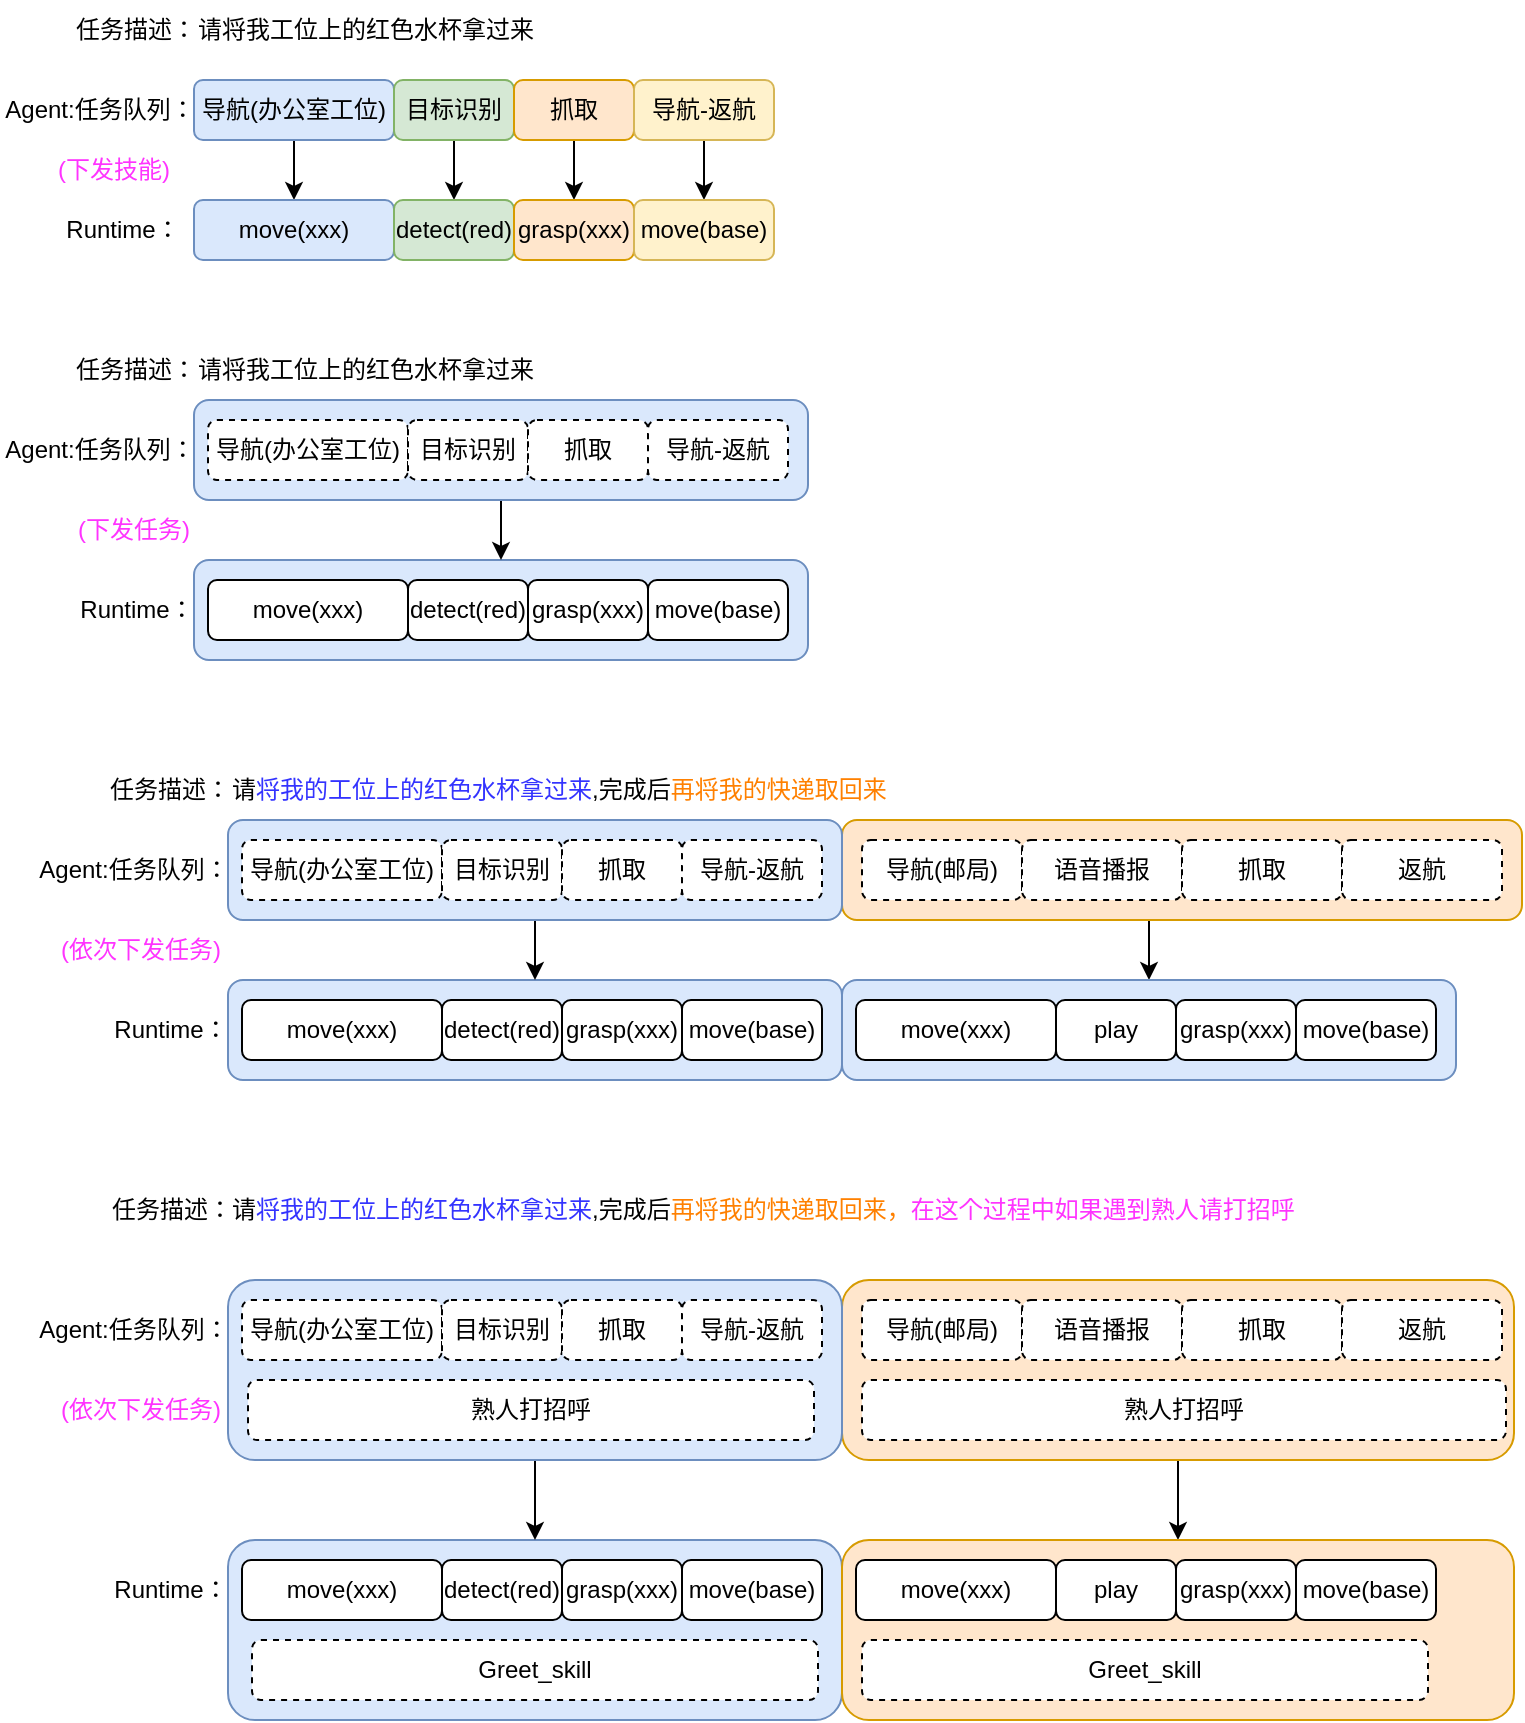
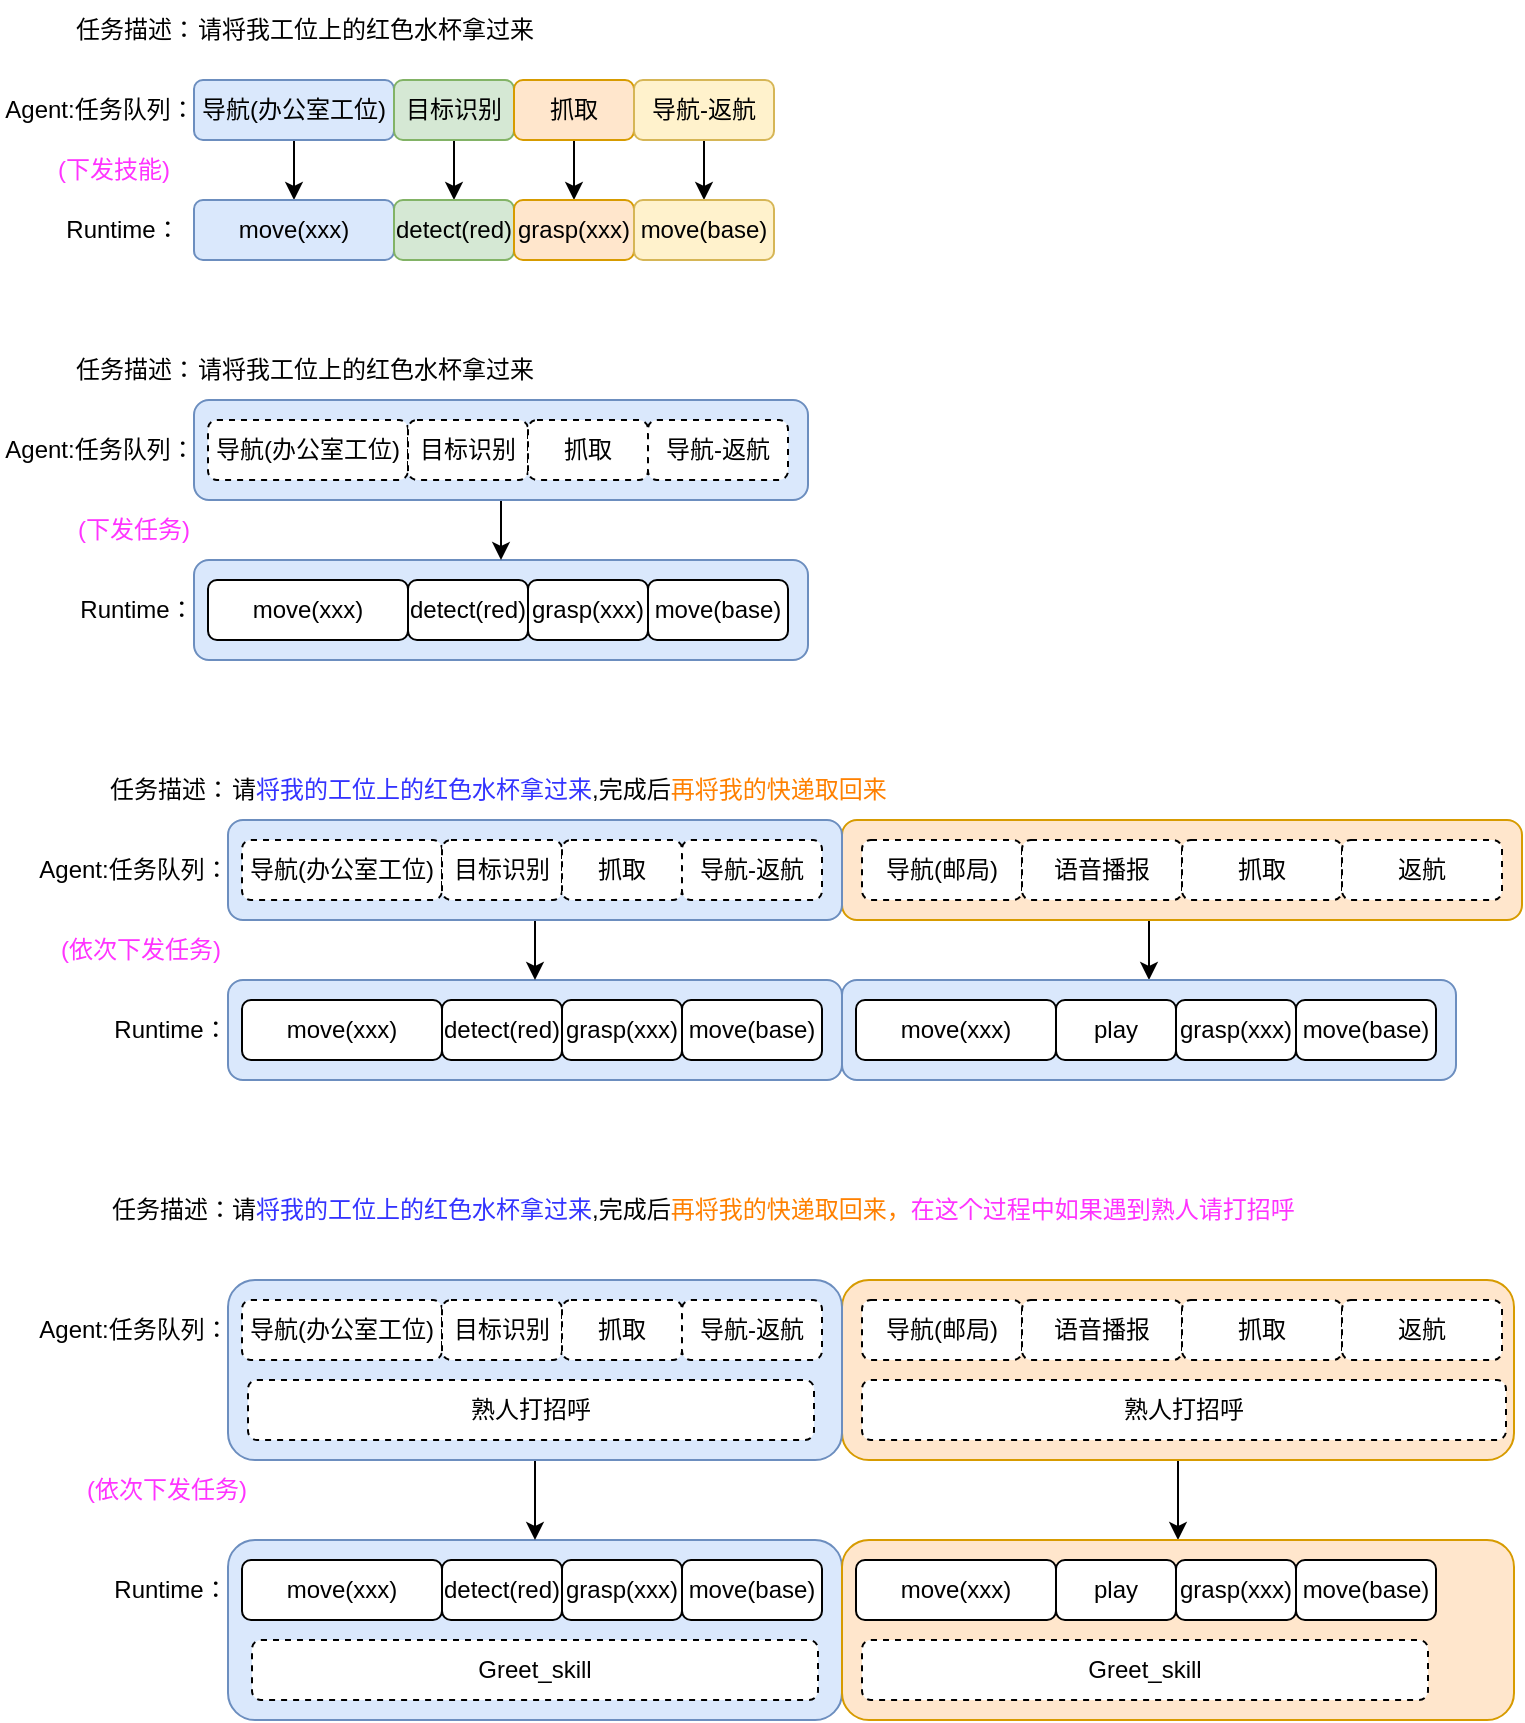
<mxfile host="app.diagrams.net">
  <diagram name="第 1 页" id="AqDmRzZVIJ-5uyctXJOA">
    <mxGraphModel dx="1120" dy="637" grid="1" gridSize="10" guides="1" tooltips="1" connect="1" arrows="1" fold="1" page="1" pageScale="1" pageWidth="2339" pageHeight="3300" math="0" shadow="0">
      <root>
        <mxCell id="0" />
        <mxCell id="1" parent="0" />
        <mxCell id="TX6EBbOIm9mCNyf-wsjQ-69" edge="1" parent="1" source="TX6EBbOIm9mCNyf-wsjQ-63" style="edgeStyle=orthogonalEdgeStyle;rounded=0;orthogonalLoop=1;jettySize=auto;html=1;exitX=0.5;exitY=1;exitDx=0;exitDy=0;entryX=0.5;entryY=0;entryDx=0;entryDy=0;" target="TX6EBbOIm9mCNyf-wsjQ-64">
          <mxGeometry relative="1" as="geometry" />
        </mxCell>
        <mxCell id="TX6EBbOIm9mCNyf-wsjQ-63" parent="1" style="rounded=1;whiteSpace=wrap;html=1;fillColor=#ffe6cc;strokeColor=#d79b00;" value="" vertex="1">
          <mxGeometry height="50" width="340" x="444" y="740" as="geometry" />
        </mxCell>
        <mxCell id="TX6EBbOIm9mCNyf-wsjQ-37" parent="1" style="rounded=1;whiteSpace=wrap;html=1;fillColor=#dae8fc;strokeColor=#6c8ebf;" value="" vertex="1">
          <mxGeometry height="50" width="307" x="120" y="610" as="geometry" />
        </mxCell>
        <mxCell id="TX6EBbOIm9mCNyf-wsjQ-38" edge="1" parent="1" source="TX6EBbOIm9mCNyf-wsjQ-36" style="edgeStyle=orthogonalEdgeStyle;rounded=0;orthogonalLoop=1;jettySize=auto;html=1;exitX=0.5;exitY=1;exitDx=0;exitDy=0;entryX=0.5;entryY=0;entryDx=0;entryDy=0;" target="TX6EBbOIm9mCNyf-wsjQ-37">
          <mxGeometry relative="1" as="geometry" />
        </mxCell>
        <mxCell id="TX6EBbOIm9mCNyf-wsjQ-36" parent="1" style="rounded=1;whiteSpace=wrap;html=1;fillColor=#dae8fc;strokeColor=#6c8ebf;" value="" vertex="1">
          <mxGeometry height="50" width="307" x="120" y="530" as="geometry" />
        </mxCell>
        <mxCell id="TX6EBbOIm9mCNyf-wsjQ-15" edge="1" parent="1" source="TX6EBbOIm9mCNyf-wsjQ-1" style="edgeStyle=orthogonalEdgeStyle;rounded=0;orthogonalLoop=1;jettySize=auto;html=1;exitX=0.5;exitY=1;exitDx=0;exitDy=0;entryX=0.5;entryY=0;entryDx=0;entryDy=0;" target="TX6EBbOIm9mCNyf-wsjQ-11">
          <mxGeometry relative="1" as="geometry" />
        </mxCell>
        <mxCell id="TX6EBbOIm9mCNyf-wsjQ-1" parent="1" style="rounded=1;whiteSpace=wrap;html=1;fillColor=#dae8fc;strokeColor=#6c8ebf;" value="导航(办公室工位)" vertex="1">
          <mxGeometry height="30" width="100" x="120" y="370" as="geometry" />
        </mxCell>
        <mxCell id="TX6EBbOIm9mCNyf-wsjQ-2" parent="1" style="text;html=1;whiteSpace=wrap;strokeColor=none;fillColor=none;align=center;verticalAlign=middle;rounded=0;" value="Agent:任务队列：" vertex="1">
          <mxGeometry height="30" width="100" x="23" y="370" as="geometry" />
        </mxCell>
        <mxCell id="TX6EBbOIm9mCNyf-wsjQ-3" parent="1" style="text;html=1;whiteSpace=wrap;strokeColor=none;fillColor=none;align=center;verticalAlign=middle;rounded=0;" value="任务描述：" vertex="1">
          <mxGeometry height="30" width="70" x="56" y="330" as="geometry" />
        </mxCell>
        <mxCell id="TX6EBbOIm9mCNyf-wsjQ-4" parent="1" style="text;html=1;whiteSpace=wrap;strokeColor=none;fillColor=none;align=left;verticalAlign=middle;rounded=0;" value="请将我工位上的红色水杯拿过来" vertex="1">
          <mxGeometry height="30" width="220" x="120" y="330" as="geometry" />
        </mxCell>
        <mxCell id="TX6EBbOIm9mCNyf-wsjQ-16" edge="1" parent="1" source="TX6EBbOIm9mCNyf-wsjQ-5" style="edgeStyle=orthogonalEdgeStyle;rounded=0;orthogonalLoop=1;jettySize=auto;html=1;exitX=0.5;exitY=1;exitDx=0;exitDy=0;entryX=0.5;entryY=0;entryDx=0;entryDy=0;" target="TX6EBbOIm9mCNyf-wsjQ-12">
          <mxGeometry relative="1" as="geometry" />
        </mxCell>
        <mxCell id="TX6EBbOIm9mCNyf-wsjQ-5" parent="1" style="rounded=1;whiteSpace=wrap;html=1;fillColor=#d5e8d4;strokeColor=#82b366;" value="目标识别" vertex="1">
          <mxGeometry height="30" width="60" x="220" y="370" as="geometry" />
        </mxCell>
        <mxCell id="TX6EBbOIm9mCNyf-wsjQ-17" edge="1" parent="1" source="TX6EBbOIm9mCNyf-wsjQ-6" style="edgeStyle=orthogonalEdgeStyle;rounded=0;orthogonalLoop=1;jettySize=auto;html=1;exitX=0.5;exitY=1;exitDx=0;exitDy=0;entryX=0.5;entryY=0;entryDx=0;entryDy=0;" target="TX6EBbOIm9mCNyf-wsjQ-13">
          <mxGeometry relative="1" as="geometry" />
        </mxCell>
        <mxCell id="TX6EBbOIm9mCNyf-wsjQ-6" parent="1" style="rounded=1;whiteSpace=wrap;html=1;fillColor=#ffe6cc;strokeColor=#d79b00;" value="抓取" vertex="1">
          <mxGeometry height="30" width="60" x="280" y="370" as="geometry" />
        </mxCell>
        <mxCell id="TX6EBbOIm9mCNyf-wsjQ-18" edge="1" parent="1" source="TX6EBbOIm9mCNyf-wsjQ-7" style="edgeStyle=orthogonalEdgeStyle;rounded=0;orthogonalLoop=1;jettySize=auto;html=1;exitX=0.5;exitY=1;exitDx=0;exitDy=0;entryX=0.5;entryY=0;entryDx=0;entryDy=0;" target="TX6EBbOIm9mCNyf-wsjQ-14">
          <mxGeometry relative="1" as="geometry" />
        </mxCell>
        <mxCell id="TX6EBbOIm9mCNyf-wsjQ-7" parent="1" style="rounded=1;whiteSpace=wrap;html=1;fillColor=#fff2cc;strokeColor=#d6b656;" value="导航-返航" vertex="1">
          <mxGeometry height="30" width="70" x="340" y="370" as="geometry" />
        </mxCell>
        <mxCell id="TX6EBbOIm9mCNyf-wsjQ-8" parent="1" style="text;html=1;whiteSpace=wrap;strokeColor=none;fillColor=none;align=center;verticalAlign=middle;rounded=0;" value="Runtime：" vertex="1">
          <mxGeometry height="30" width="57" x="56" y="430" as="geometry" />
        </mxCell>
        <mxCell id="TX6EBbOIm9mCNyf-wsjQ-11" parent="1" style="rounded=1;whiteSpace=wrap;html=1;fillColor=#dae8fc;strokeColor=#6c8ebf;" value="move(xxx)" vertex="1">
          <mxGeometry height="30" width="100" x="120" y="430" as="geometry" />
        </mxCell>
        <mxCell id="TX6EBbOIm9mCNyf-wsjQ-12" parent="1" style="rounded=1;whiteSpace=wrap;html=1;fillColor=#d5e8d4;strokeColor=#82b366;" value="detect(red)" vertex="1">
          <mxGeometry height="30" width="60" x="220" y="430" as="geometry" />
        </mxCell>
        <mxCell id="TX6EBbOIm9mCNyf-wsjQ-13" parent="1" style="rounded=1;whiteSpace=wrap;html=1;fillColor=#ffe6cc;strokeColor=#d79b00;" value="grasp(xxx)" vertex="1">
          <mxGeometry height="30" width="60" x="280" y="430" as="geometry" />
        </mxCell>
        <mxCell id="TX6EBbOIm9mCNyf-wsjQ-14" parent="1" style="rounded=1;whiteSpace=wrap;html=1;fillColor=#fff2cc;strokeColor=#d6b656;" value="move(base)" vertex="1">
          <mxGeometry height="30" width="70" x="340" y="430" as="geometry" />
        </mxCell>
        <mxCell id="TX6EBbOIm9mCNyf-wsjQ-19" parent="1" style="text;html=1;whiteSpace=wrap;strokeColor=none;fillColor=none;align=left;verticalAlign=middle;rounded=0;" value="请将我工位上的红色水杯拿过来" vertex="1">
          <mxGeometry height="30" width="220" x="120" y="500" as="geometry" />
        </mxCell>
        <mxCell id="TX6EBbOIm9mCNyf-wsjQ-20" parent="1" style="text;html=1;whiteSpace=wrap;strokeColor=none;fillColor=none;align=center;verticalAlign=middle;rounded=0;" value="任务描述：" vertex="1">
          <mxGeometry height="30" width="70" x="56" y="500" as="geometry" />
        </mxCell>
        <mxCell id="TX6EBbOIm9mCNyf-wsjQ-22" parent="1" style="rounded=1;whiteSpace=wrap;html=1;dashed=1;" value="导航(办公室工位)" vertex="1">
          <mxGeometry height="30" width="100" x="127" y="540" as="geometry" />
        </mxCell>
        <mxCell id="TX6EBbOIm9mCNyf-wsjQ-23" parent="1" style="text;html=1;whiteSpace=wrap;strokeColor=none;fillColor=none;align=center;verticalAlign=middle;rounded=0;" value="Agent:任务队列：" vertex="1">
          <mxGeometry height="30" width="100" x="23" y="540" as="geometry" />
        </mxCell>
        <mxCell id="TX6EBbOIm9mCNyf-wsjQ-25" parent="1" style="rounded=1;whiteSpace=wrap;html=1;dashed=1;" value="目标识别" vertex="1">
          <mxGeometry height="30" width="60" x="227" y="540" as="geometry" />
        </mxCell>
        <mxCell id="TX6EBbOIm9mCNyf-wsjQ-27" parent="1" style="rounded=1;whiteSpace=wrap;html=1;dashed=1;" value="抓取" vertex="1">
          <mxGeometry height="30" width="60" x="287" y="540" as="geometry" />
        </mxCell>
        <mxCell id="TX6EBbOIm9mCNyf-wsjQ-29" parent="1" style="rounded=1;whiteSpace=wrap;html=1;dashed=1;" value="导航-返航" vertex="1">
          <mxGeometry height="30" width="70" x="347" y="540" as="geometry" />
        </mxCell>
        <mxCell id="TX6EBbOIm9mCNyf-wsjQ-30" parent="1" style="text;html=1;whiteSpace=wrap;strokeColor=none;fillColor=none;align=center;verticalAlign=middle;rounded=0;" value="Runtime：" vertex="1">
          <mxGeometry height="30" width="57" x="62.5" y="620" as="geometry" />
        </mxCell>
        <mxCell id="TX6EBbOIm9mCNyf-wsjQ-31" parent="1" style="rounded=1;whiteSpace=wrap;html=1;" value="move(xxx)" vertex="1">
          <mxGeometry height="30" width="100" x="127" y="620" as="geometry" />
        </mxCell>
        <mxCell id="TX6EBbOIm9mCNyf-wsjQ-32" parent="1" style="rounded=1;whiteSpace=wrap;html=1;" value="detect(red)" vertex="1">
          <mxGeometry height="30" width="60" x="227" y="620" as="geometry" />
        </mxCell>
        <mxCell id="TX6EBbOIm9mCNyf-wsjQ-33" parent="1" style="rounded=1;whiteSpace=wrap;html=1;" value="grasp(xxx)" vertex="1">
          <mxGeometry height="30" width="60" x="287" y="620" as="geometry" />
        </mxCell>
        <mxCell id="TX6EBbOIm9mCNyf-wsjQ-34" parent="1" style="rounded=1;whiteSpace=wrap;html=1;" value="move(base)" vertex="1">
          <mxGeometry height="30" width="70" x="347" y="620" as="geometry" />
        </mxCell>
        <mxCell id="TX6EBbOIm9mCNyf-wsjQ-35" parent="1" style="text;html=1;whiteSpace=wrap;strokeColor=none;fillColor=none;align=center;verticalAlign=middle;rounded=0;fontColor=#FF33FF;" value="(下发技能)" vertex="1">
          <mxGeometry height="30" width="60" x="50" y="400" as="geometry" />
        </mxCell>
        <mxCell id="TX6EBbOIm9mCNyf-wsjQ-39" parent="1" style="text;html=1;whiteSpace=wrap;strokeColor=none;fillColor=none;align=center;verticalAlign=middle;rounded=0;fontColor=#FF33FF;" value="(下发任务)" vertex="1">
          <mxGeometry height="30" width="60" x="59.5" y="580" as="geometry" />
        </mxCell>
        <mxCell id="TX6EBbOIm9mCNyf-wsjQ-40" parent="1" style="rounded=1;whiteSpace=wrap;html=1;fillColor=#dae8fc;strokeColor=#6c8ebf;" value="" vertex="1">
          <mxGeometry height="50" width="307" x="137" y="820" as="geometry" />
        </mxCell>
        <mxCell id="TX6EBbOIm9mCNyf-wsjQ-41" edge="1" parent="1" source="TX6EBbOIm9mCNyf-wsjQ-42" style="edgeStyle=orthogonalEdgeStyle;rounded=0;orthogonalLoop=1;jettySize=auto;html=1;exitX=0.5;exitY=1;exitDx=0;exitDy=0;entryX=0.5;entryY=0;entryDx=0;entryDy=0;" target="TX6EBbOIm9mCNyf-wsjQ-40">
          <mxGeometry relative="1" as="geometry" />
        </mxCell>
        <mxCell id="TX6EBbOIm9mCNyf-wsjQ-42" parent="1" style="rounded=1;whiteSpace=wrap;html=1;fillColor=#dae8fc;strokeColor=#6c8ebf;" value="" vertex="1">
          <mxGeometry height="50" width="307" x="137" y="740" as="geometry" />
        </mxCell>
        <mxCell id="TX6EBbOIm9mCNyf-wsjQ-43" parent="1" style="text;html=1;whiteSpace=wrap;strokeColor=none;fillColor=none;align=left;verticalAlign=middle;rounded=0;" value="请&lt;font style=&quot;color: rgb(51, 51, 255);&quot;&gt;将我的工位上的红色水杯拿过来&lt;/font&gt;,完成后&lt;font style=&quot;color: rgb(255, 128, 0);&quot;&gt;再将我的快递取回来&lt;/font&gt;" vertex="1">
          <mxGeometry height="30" width="373" x="137" y="710" as="geometry" />
        </mxCell>
        <mxCell id="TX6EBbOIm9mCNyf-wsjQ-44" parent="1" style="text;html=1;whiteSpace=wrap;strokeColor=none;fillColor=none;align=center;verticalAlign=middle;rounded=0;" value="任务描述：" vertex="1">
          <mxGeometry height="30" width="70" x="73" y="710" as="geometry" />
        </mxCell>
        <mxCell id="TX6EBbOIm9mCNyf-wsjQ-45" parent="1" style="rounded=1;whiteSpace=wrap;html=1;dashed=1;" value="导航(办公室工位)" vertex="1">
          <mxGeometry height="30" width="100" x="144" y="750" as="geometry" />
        </mxCell>
        <mxCell id="TX6EBbOIm9mCNyf-wsjQ-46" parent="1" style="text;html=1;whiteSpace=wrap;strokeColor=none;fillColor=none;align=center;verticalAlign=middle;rounded=0;" value="Agent:任务队列：" vertex="1">
          <mxGeometry height="30" width="100" x="40" y="750" as="geometry" />
        </mxCell>
        <mxCell id="TX6EBbOIm9mCNyf-wsjQ-47" parent="1" style="rounded=1;whiteSpace=wrap;html=1;dashed=1;" value="目标识别" vertex="1">
          <mxGeometry height="30" width="60" x="244" y="750" as="geometry" />
        </mxCell>
        <mxCell id="TX6EBbOIm9mCNyf-wsjQ-48" parent="1" style="rounded=1;whiteSpace=wrap;html=1;dashed=1;" value="抓取" vertex="1">
          <mxGeometry height="30" width="60" x="304" y="750" as="geometry" />
        </mxCell>
        <mxCell id="TX6EBbOIm9mCNyf-wsjQ-49" parent="1" style="rounded=1;whiteSpace=wrap;html=1;dashed=1;" value="导航-返航" vertex="1">
          <mxGeometry height="30" width="70" x="364" y="750" as="geometry" />
        </mxCell>
        <mxCell id="TX6EBbOIm9mCNyf-wsjQ-50" parent="1" style="text;html=1;whiteSpace=wrap;strokeColor=none;fillColor=none;align=center;verticalAlign=middle;rounded=0;" value="Runtime：" vertex="1">
          <mxGeometry height="30" width="57" x="79.5" y="830" as="geometry" />
        </mxCell>
        <mxCell id="TX6EBbOIm9mCNyf-wsjQ-51" parent="1" style="rounded=1;whiteSpace=wrap;html=1;" value="move(xxx)" vertex="1">
          <mxGeometry height="30" width="100" x="144" y="830" as="geometry" />
        </mxCell>
        <mxCell id="TX6EBbOIm9mCNyf-wsjQ-52" parent="1" style="rounded=1;whiteSpace=wrap;html=1;" value="detect(red)" vertex="1">
          <mxGeometry height="30" width="60" x="244" y="830" as="geometry" />
        </mxCell>
        <mxCell id="TX6EBbOIm9mCNyf-wsjQ-53" parent="1" style="rounded=1;whiteSpace=wrap;html=1;" value="grasp(xxx)" vertex="1">
          <mxGeometry height="30" width="60" x="304" y="830" as="geometry" />
        </mxCell>
        <mxCell id="TX6EBbOIm9mCNyf-wsjQ-54" parent="1" style="rounded=1;whiteSpace=wrap;html=1;" value="move(base)" vertex="1">
          <mxGeometry height="30" width="70" x="364" y="830" as="geometry" />
        </mxCell>
        <mxCell id="TX6EBbOIm9mCNyf-wsjQ-55" parent="1" style="text;html=1;whiteSpace=wrap;strokeColor=none;fillColor=none;align=center;verticalAlign=middle;rounded=0;fontColor=#FF33FF;" value="(依次下发任务)" vertex="1">
          <mxGeometry height="30" width="86.5" x="50" y="790" as="geometry" />
        </mxCell>
        <mxCell id="TX6EBbOIm9mCNyf-wsjQ-56" parent="1" style="rounded=1;whiteSpace=wrap;html=1;dashed=1;" value="导航(邮局)" vertex="1">
          <mxGeometry height="30" width="80" x="454" y="750" as="geometry" />
        </mxCell>
        <mxCell id="TX6EBbOIm9mCNyf-wsjQ-60" parent="1" style="rounded=1;whiteSpace=wrap;html=1;dashed=1;" value="语音播报" vertex="1">
          <mxGeometry height="30" width="80" x="534" y="750" as="geometry" />
        </mxCell>
        <mxCell id="TX6EBbOIm9mCNyf-wsjQ-61" parent="1" style="rounded=1;whiteSpace=wrap;html=1;dashed=1;" value="抓取" vertex="1">
          <mxGeometry height="30" width="80" x="614" y="750" as="geometry" />
        </mxCell>
        <mxCell id="TX6EBbOIm9mCNyf-wsjQ-62" parent="1" style="rounded=1;whiteSpace=wrap;html=1;dashed=1;" value="返航" vertex="1">
          <mxGeometry height="30" width="80" x="694" y="750" as="geometry" />
        </mxCell>
        <mxCell id="TX6EBbOIm9mCNyf-wsjQ-64" parent="1" style="rounded=1;whiteSpace=wrap;html=1;fillColor=#dae8fc;strokeColor=#6c8ebf;" value="" vertex="1">
          <mxGeometry height="50" width="307" x="444" y="820" as="geometry" />
        </mxCell>
        <mxCell id="TX6EBbOIm9mCNyf-wsjQ-65" parent="1" style="rounded=1;whiteSpace=wrap;html=1;" value="move(xxx)" vertex="1">
          <mxGeometry height="30" width="100" x="451" y="830" as="geometry" />
        </mxCell>
        <mxCell id="TX6EBbOIm9mCNyf-wsjQ-66" parent="1" style="rounded=1;whiteSpace=wrap;html=1;" value="play" vertex="1">
          <mxGeometry height="30" width="60" x="551" y="830" as="geometry" />
        </mxCell>
        <mxCell id="TX6EBbOIm9mCNyf-wsjQ-67" parent="1" style="rounded=1;whiteSpace=wrap;html=1;" value="grasp(xxx)" vertex="1">
          <mxGeometry height="30" width="60" x="611" y="830" as="geometry" />
        </mxCell>
        <mxCell id="TX6EBbOIm9mCNyf-wsjQ-68" parent="1" style="rounded=1;whiteSpace=wrap;html=1;" value="move(base)" vertex="1">
          <mxGeometry height="30" width="70" x="671" y="830" as="geometry" />
        </mxCell>
        <mxCell id="TX6EBbOIm9mCNyf-wsjQ-70" parent="1" style="text;html=1;whiteSpace=wrap;strokeColor=none;fillColor=none;align=left;verticalAlign=middle;rounded=0;" value="请&lt;font style=&quot;color: rgb(51, 51, 255);&quot;&gt;将我的工位上的红色水杯拿过来&lt;/font&gt;,完成后&lt;font style=&quot;color: rgb(255, 128, 0);&quot;&gt;再将我的快递取回来，&lt;/font&gt;&lt;font style=&quot;color: rgb(255, 51, 255);&quot;&gt;在这个过程中如果遇到熟人请打招呼&lt;/font&gt;" vertex="1">
          <mxGeometry height="30" width="583" x="137" y="920" as="geometry" />
        </mxCell>
        <mxCell id="TX6EBbOIm9mCNyf-wsjQ-71" parent="1" style="text;html=1;whiteSpace=wrap;strokeColor=none;fillColor=none;align=center;verticalAlign=middle;rounded=0;" value="任务描述：" vertex="1">
          <mxGeometry height="30" width="70" x="74" y="920" as="geometry" />
        </mxCell>
        <mxCell id="TX6EBbOIm9mCNyf-wsjQ-104" edge="1" parent="1" source="TX6EBbOIm9mCNyf-wsjQ-73" style="edgeStyle=orthogonalEdgeStyle;rounded=0;orthogonalLoop=1;jettySize=auto;html=1;exitX=0.5;exitY=1;exitDx=0;exitDy=0;entryX=0.5;entryY=0;entryDx=0;entryDy=0;" target="TX6EBbOIm9mCNyf-wsjQ-94">
          <mxGeometry relative="1" as="geometry" />
        </mxCell>
        <mxCell id="TX6EBbOIm9mCNyf-wsjQ-73" parent="1" style="rounded=1;whiteSpace=wrap;html=1;fillColor=#ffe6cc;strokeColor=#d79b00;" value="" vertex="1">
          <mxGeometry height="90" width="336" x="444" y="970" as="geometry" />
        </mxCell>
        <mxCell id="TX6EBbOIm9mCNyf-wsjQ-74" parent="1" style="rounded=1;whiteSpace=wrap;html=1;fillColor=#dae8fc;strokeColor=#6c8ebf;" value="" vertex="1">
          <mxGeometry height="90" width="307" x="137" y="1100" as="geometry" />
        </mxCell>
        <mxCell id="TX6EBbOIm9mCNyf-wsjQ-103" edge="1" parent="1" source="TX6EBbOIm9mCNyf-wsjQ-76" style="edgeStyle=orthogonalEdgeStyle;rounded=0;orthogonalLoop=1;jettySize=auto;html=1;exitX=0.5;exitY=1;exitDx=0;exitDy=0;entryX=0.5;entryY=0;entryDx=0;entryDy=0;" target="TX6EBbOIm9mCNyf-wsjQ-74">
          <mxGeometry relative="1" as="geometry" />
        </mxCell>
        <mxCell id="TX6EBbOIm9mCNyf-wsjQ-76" parent="1" style="rounded=1;whiteSpace=wrap;html=1;fillColor=#dae8fc;strokeColor=#6c8ebf;" value="" vertex="1">
          <mxGeometry height="90" width="307" x="137" y="970" as="geometry" />
        </mxCell>
        <mxCell id="TX6EBbOIm9mCNyf-wsjQ-79" parent="1" style="rounded=1;whiteSpace=wrap;html=1;dashed=1;" value="导航(办公室工位)" vertex="1">
          <mxGeometry height="30" width="100" x="144" y="980" as="geometry" />
        </mxCell>
        <mxCell id="TX6EBbOIm9mCNyf-wsjQ-80" parent="1" style="text;html=1;whiteSpace=wrap;strokeColor=none;fillColor=none;align=center;verticalAlign=middle;rounded=0;" value="Agent:任务队列：" vertex="1">
          <mxGeometry height="30" width="100" x="40" y="980" as="geometry" />
        </mxCell>
        <mxCell id="TX6EBbOIm9mCNyf-wsjQ-81" parent="1" style="rounded=1;whiteSpace=wrap;html=1;dashed=1;" value="目标识别" vertex="1">
          <mxGeometry height="30" width="60" x="244" y="980" as="geometry" />
        </mxCell>
        <mxCell id="TX6EBbOIm9mCNyf-wsjQ-82" parent="1" style="rounded=1;whiteSpace=wrap;html=1;dashed=1;" value="抓取" vertex="1">
          <mxGeometry height="30" width="60" x="304" y="980" as="geometry" />
        </mxCell>
        <mxCell id="TX6EBbOIm9mCNyf-wsjQ-83" parent="1" style="rounded=1;whiteSpace=wrap;html=1;dashed=1;" value="导航-返航" vertex="1">
          <mxGeometry height="30" width="70" x="364" y="980" as="geometry" />
        </mxCell>
        <mxCell id="TX6EBbOIm9mCNyf-wsjQ-84" parent="1" style="text;html=1;whiteSpace=wrap;strokeColor=none;fillColor=none;align=center;verticalAlign=middle;rounded=0;" value="Runtime：" vertex="1">
          <mxGeometry height="30" width="57" x="79.5" y="1110" as="geometry" />
        </mxCell>
        <mxCell id="TX6EBbOIm9mCNyf-wsjQ-85" parent="1" style="rounded=1;whiteSpace=wrap;html=1;" value="move(xxx)" vertex="1">
          <mxGeometry height="30" width="100" x="144" y="1110" as="geometry" />
        </mxCell>
        <mxCell id="TX6EBbOIm9mCNyf-wsjQ-86" parent="1" style="rounded=1;whiteSpace=wrap;html=1;" value="detect(red)" vertex="1">
          <mxGeometry height="30" width="60" x="244" y="1110" as="geometry" />
        </mxCell>
        <mxCell id="TX6EBbOIm9mCNyf-wsjQ-87" parent="1" style="rounded=1;whiteSpace=wrap;html=1;" value="grasp(xxx)" vertex="1">
          <mxGeometry height="30" width="60" x="304" y="1110" as="geometry" />
        </mxCell>
        <mxCell id="TX6EBbOIm9mCNyf-wsjQ-88" parent="1" style="rounded=1;whiteSpace=wrap;html=1;" value="move(base)" vertex="1">
          <mxGeometry height="30" width="70" x="364" y="1110" as="geometry" />
        </mxCell>
        <mxCell id="TX6EBbOIm9mCNyf-wsjQ-89" parent="1" style="text;html=1;whiteSpace=wrap;strokeColor=none;fillColor=none;align=center;verticalAlign=middle;rounded=0;fontColor=#FF33FF;" value="(依次下发任务)" vertex="1">
-           <mxGeometry height="30" width="86.5" x="50" y="1020" as="geometry" />
+           <mxGeometry height="30" width="86.5" x="62.5" y="1060" as="geometry" />
        </mxCell>
        <mxCell id="TX6EBbOIm9mCNyf-wsjQ-90" parent="1" style="rounded=1;whiteSpace=wrap;html=1;dashed=1;" value="导航(邮局)" vertex="1">
          <mxGeometry height="30" width="80" x="454" y="980" as="geometry" />
        </mxCell>
        <mxCell id="TX6EBbOIm9mCNyf-wsjQ-91" parent="1" style="rounded=1;whiteSpace=wrap;html=1;dashed=1;" value="语音播报" vertex="1">
          <mxGeometry height="30" width="80" x="534" y="980" as="geometry" />
        </mxCell>
        <mxCell id="TX6EBbOIm9mCNyf-wsjQ-92" parent="1" style="rounded=1;whiteSpace=wrap;html=1;dashed=1;" value="抓取" vertex="1">
          <mxGeometry height="30" width="80" x="614" y="980" as="geometry" />
        </mxCell>
        <mxCell id="TX6EBbOIm9mCNyf-wsjQ-93" parent="1" style="rounded=1;whiteSpace=wrap;html=1;dashed=1;" value="返航" vertex="1">
          <mxGeometry height="30" width="80" x="694" y="980" as="geometry" />
        </mxCell>
        <mxCell id="TX6EBbOIm9mCNyf-wsjQ-94" parent="1" style="rounded=1;whiteSpace=wrap;html=1;fillColor=#ffe6cc;strokeColor=#d79b00;" value="" vertex="1">
          <mxGeometry height="90" width="336" x="444" y="1100" as="geometry" />
        </mxCell>
        <mxCell id="TX6EBbOIm9mCNyf-wsjQ-95" parent="1" style="rounded=1;whiteSpace=wrap;html=1;" value="move(xxx)" vertex="1">
          <mxGeometry height="30" width="100" x="451" y="1110" as="geometry" />
        </mxCell>
        <mxCell id="TX6EBbOIm9mCNyf-wsjQ-96" parent="1" style="rounded=1;whiteSpace=wrap;html=1;" value="play" vertex="1">
          <mxGeometry height="30" width="60" x="551" y="1110" as="geometry" />
        </mxCell>
        <mxCell id="TX6EBbOIm9mCNyf-wsjQ-97" parent="1" style="rounded=1;whiteSpace=wrap;html=1;" value="grasp(xxx)" vertex="1">
          <mxGeometry height="30" width="60" x="611" y="1110" as="geometry" />
        </mxCell>
        <mxCell id="TX6EBbOIm9mCNyf-wsjQ-98" parent="1" style="rounded=1;whiteSpace=wrap;html=1;" value="move(base)" vertex="1">
          <mxGeometry height="30" width="70" x="671" y="1110" as="geometry" />
        </mxCell>
        <mxCell id="TX6EBbOIm9mCNyf-wsjQ-99" parent="1" style="rounded=1;whiteSpace=wrap;html=1;dashed=1;" value="熟人打招呼" vertex="1">
          <mxGeometry height="30" width="283" x="147" y="1020" as="geometry" />
        </mxCell>
        <mxCell id="TX6EBbOIm9mCNyf-wsjQ-100" parent="1" style="rounded=1;whiteSpace=wrap;html=1;dashed=1;" value="熟人打招呼" vertex="1">
          <mxGeometry height="30" width="322" x="454" y="1020" as="geometry" />
        </mxCell>
        <mxCell id="TX6EBbOIm9mCNyf-wsjQ-101" parent="1" style="rounded=1;whiteSpace=wrap;html=1;dashed=1;" value="Greet_skill" vertex="1">
          <mxGeometry height="30" width="283" x="149" y="1150" as="geometry" />
        </mxCell>
        <mxCell id="TX6EBbOIm9mCNyf-wsjQ-102" parent="1" style="rounded=1;whiteSpace=wrap;html=1;dashed=1;" value="Greet_skill" vertex="1">
          <mxGeometry height="30" width="283" x="454" y="1150" as="geometry" />
        </mxCell>
      </root>
    </mxGraphModel>
  </diagram>
</mxfile>
